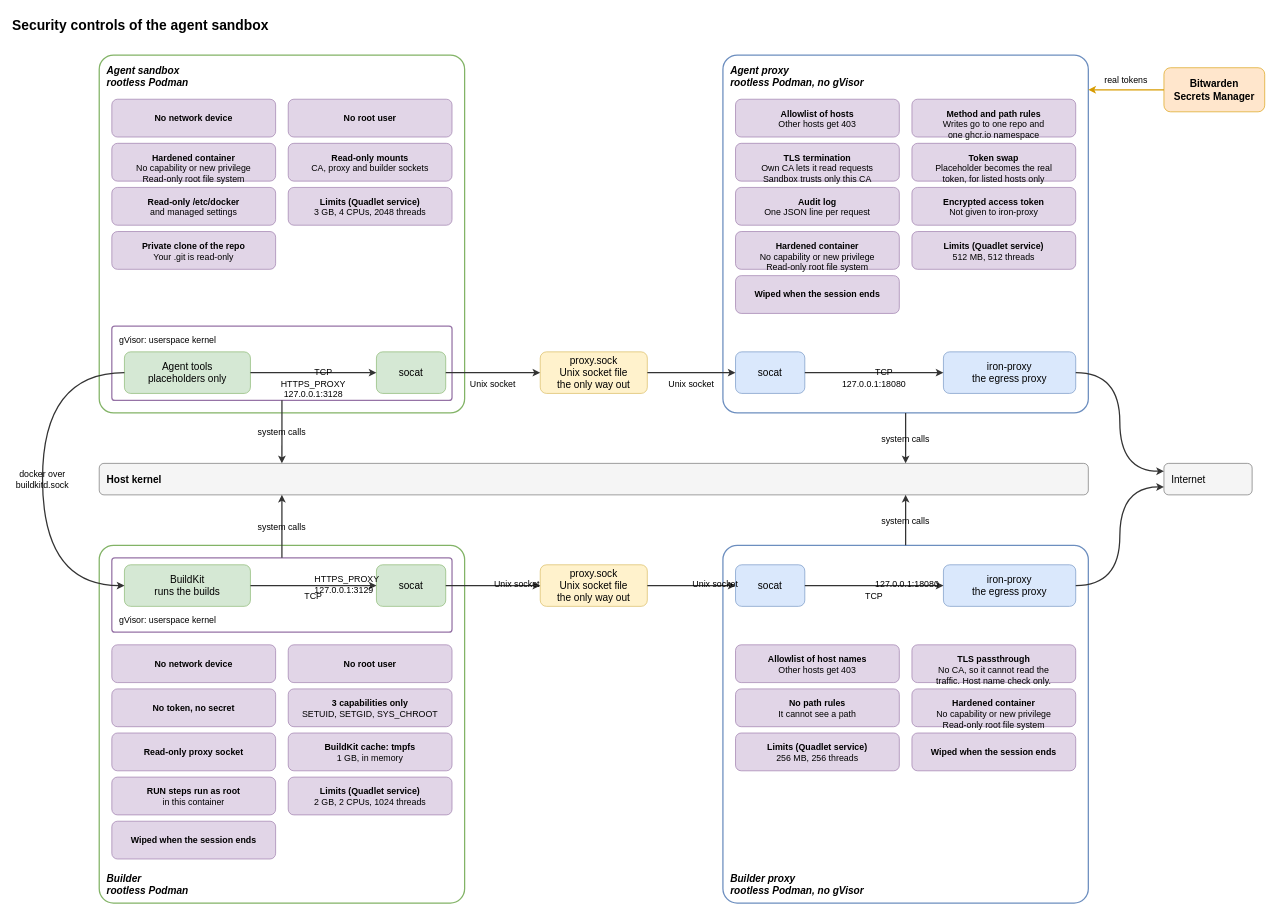
Above: .sandbox/docs/diagrams/security-controls.drawio in raghav19/engineersdaybook (draw.io), before the change. Source tidied: cells renumbered, new cells numbered last; positions are measured from the earlier drawing's top-left corner, leaving out a move shared by most shapes. Both pictures are drawn from the tidied source at 63%, with x=0, y=0 at pixel (11, 11).
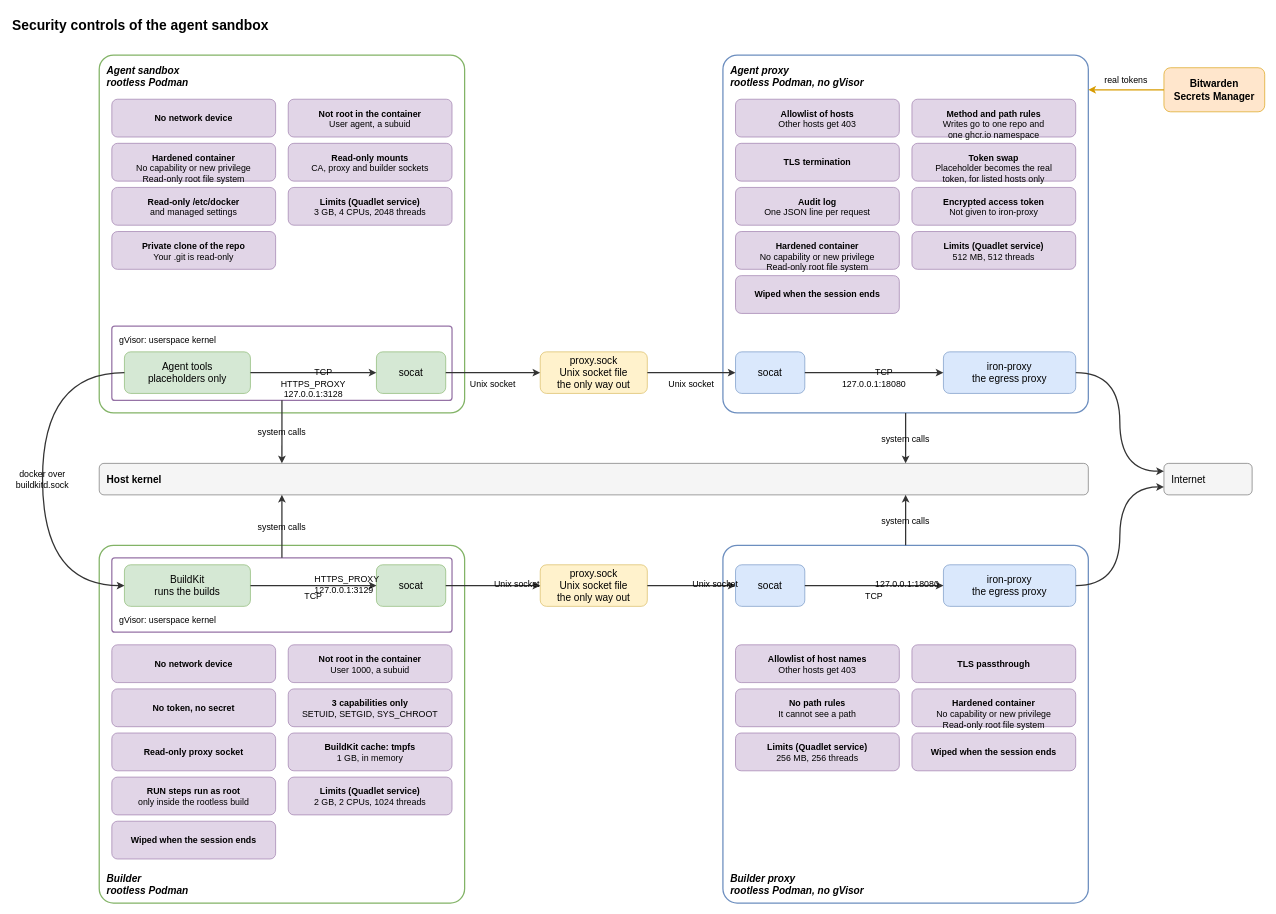
After the change.

Commit message (it also covers changes not shown here):
sandbox: clarify the root boxes and name the TLS modes in the controls diagram

The agent sandbox and the builder say Not root in the container. The
RUN steps of the builder run as root only inside the rootless build. The
TLS boxes say TLS termination and TLS passthrough. The README notes
explain the root, TLS and session details.

Change to the diagram source:
```diff
@@
-    <mxCell id="7" value="&lt;b&gt;TLS termination&lt;/b&gt;&lt;br&gt;Own CA lets it read requests&lt;br&gt;Sandbox trusts only this CA" style="rounded=1;whiteSpace=wrap;html=1;fontSize=14;fillColor=#e1d5e7;strokeColor=#9673a6;align=center;verticalAlign=top;spacingTop=8;" parent="1" vertex="1">
+    <mxCell id="7" value="&lt;b&gt;TLS termination&lt;/b&gt;" style="rounded=1;whiteSpace=wrap;html=1;fontSize=14;fillColor=#e1d5e7;strokeColor=#9673a6;align=center;verticalAlign=middle;" parent="1" vertex="1">
       <mxGeometry x="1150" y="210" width="260" height="60" as="geometry" />
     </mxCell>
@@
-    <mxCell id="18" value="&lt;b&gt;TLS passthrough&lt;/b&gt;&lt;br&gt;No CA, so it cannot read the&lt;br&gt;traffic. Host name check only." style="rounded=1;whiteSpace=wrap;html=1;fontSize=14;fillColor=#e1d5e7;strokeColor=#9673a6;align=center;verticalAlign=top;spacingTop=8;" parent="1" vertex="1">
+    <mxCell id="18" value="&lt;b&gt;TLS passthrough&lt;/b&gt;" style="rounded=1;whiteSpace=wrap;html=1;fontSize=14;fillColor=#e1d5e7;strokeColor=#9673a6;align=center;verticalAlign=middle;" parent="1" vertex="1">
       <mxGeometry x="1430" y="1006" width="260" height="60" as="geometry" />
     </mxCell>
@@
-    <mxCell id="27" value="&lt;b&gt;No root user&lt;/b&gt;" style="rounded=1;whiteSpace=wrap;html=1;fontSize=14;fillColor=#e1d5e7;strokeColor=#9673a6;align=center;verticalAlign=middle;" parent="1" vertex="1">
+    <mxCell id="27" value="&lt;b&gt;Not root in the container&lt;/b&gt;&lt;br&gt;User agent, a subuid" style="rounded=1;whiteSpace=wrap;html=1;fontSize=14;fillColor=#e1d5e7;strokeColor=#9673a6;align=center;verticalAlign=top;spacingTop=8;" parent="1" vertex="1">
       <mxGeometry x="440" y="140" width="260" height="60" as="geometry" />
     </mxCell>
@@
-    <mxCell id="38" value="&lt;b&gt;No root user&lt;/b&gt;" style="rounded=1;whiteSpace=wrap;html=1;fontSize=14;fillColor=#e1d5e7;strokeColor=#9673a6;align=center;verticalAlign=middle;" parent="1" vertex="1">
+    <mxCell id="38" value="&lt;b&gt;Not root in the container&lt;/b&gt;&lt;br&gt;User 1000, a subuid" style="rounded=1;whiteSpace=wrap;html=1;fontSize=14;fillColor=#e1d5e7;strokeColor=#9673a6;align=center;verticalAlign=top;spacingTop=8;" parent="1" vertex="1">
       <mxGeometry x="440" y="1006" width="260" height="60" as="geometry" />
     </mxCell>
@@
-    <mxCell id="43" value="&lt;b&gt;RUN steps run as root&lt;/b&gt;&lt;br&gt;in this container" style="rounded=1;whiteSpace=wrap;html=1;fontSize=14;fillColor=#e1d5e7;strokeColor=#9673a6;align=center;verticalAlign=top;spacingTop=8;" parent="1" vertex="1">
+    <mxCell id="43" value="&lt;b&gt;RUN steps run as root&lt;/b&gt;&lt;br&gt;only inside the rootless build" style="rounded=1;whiteSpace=wrap;html=1;fontSize=14;fillColor=#e1d5e7;strokeColor=#9673a6;align=center;verticalAlign=top;spacingTop=8;" parent="1" vertex="1">
       <mxGeometry x="160" y="1216" width="260" height="60" as="geometry" />
     </mxCell>
```
